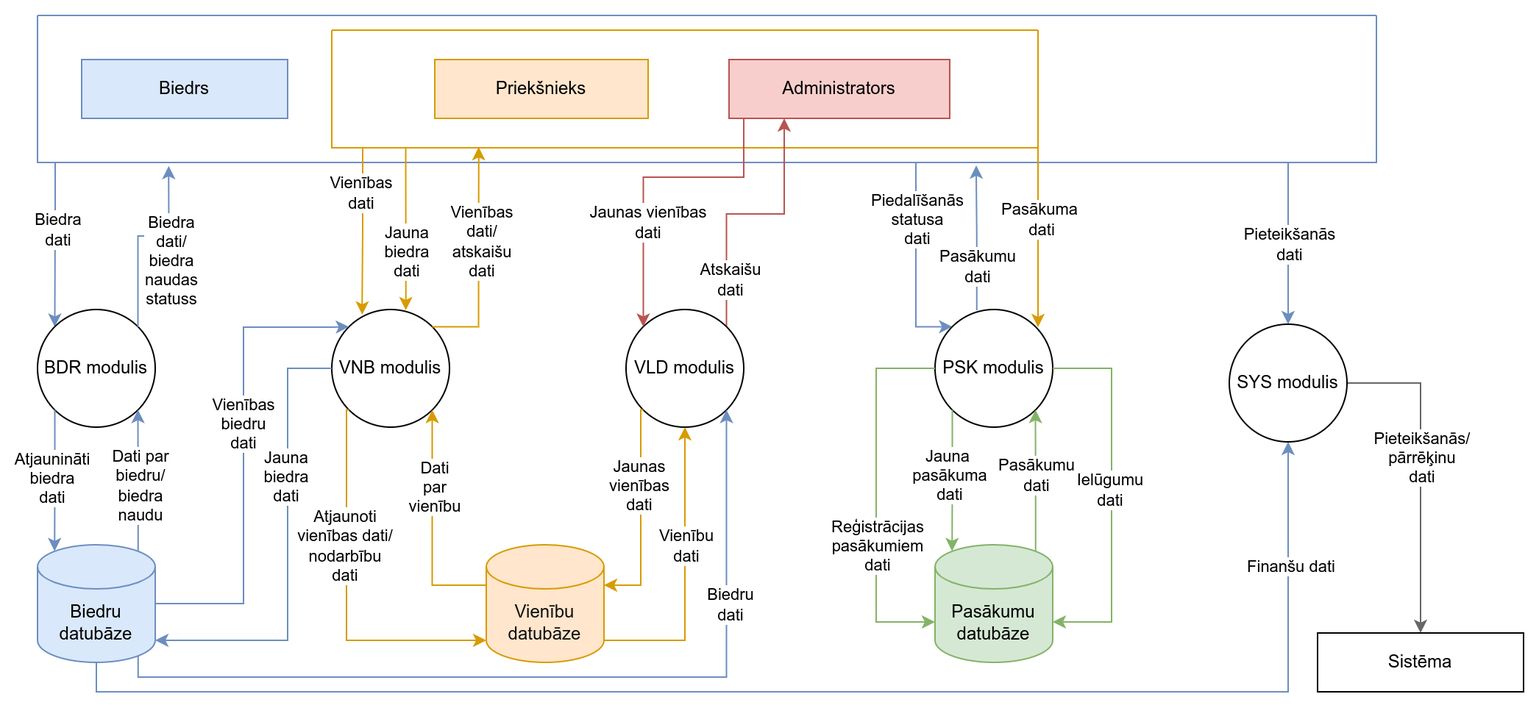
Above: Documentation/1_limena_dpd.png in JekabsVanags/LSGCO_IS (draw.io), before the change. Source tidied: cells renumbered, new cells last; positions are measured from the earlier drawing's top-left corner, leaving out a move shared by most shapes.
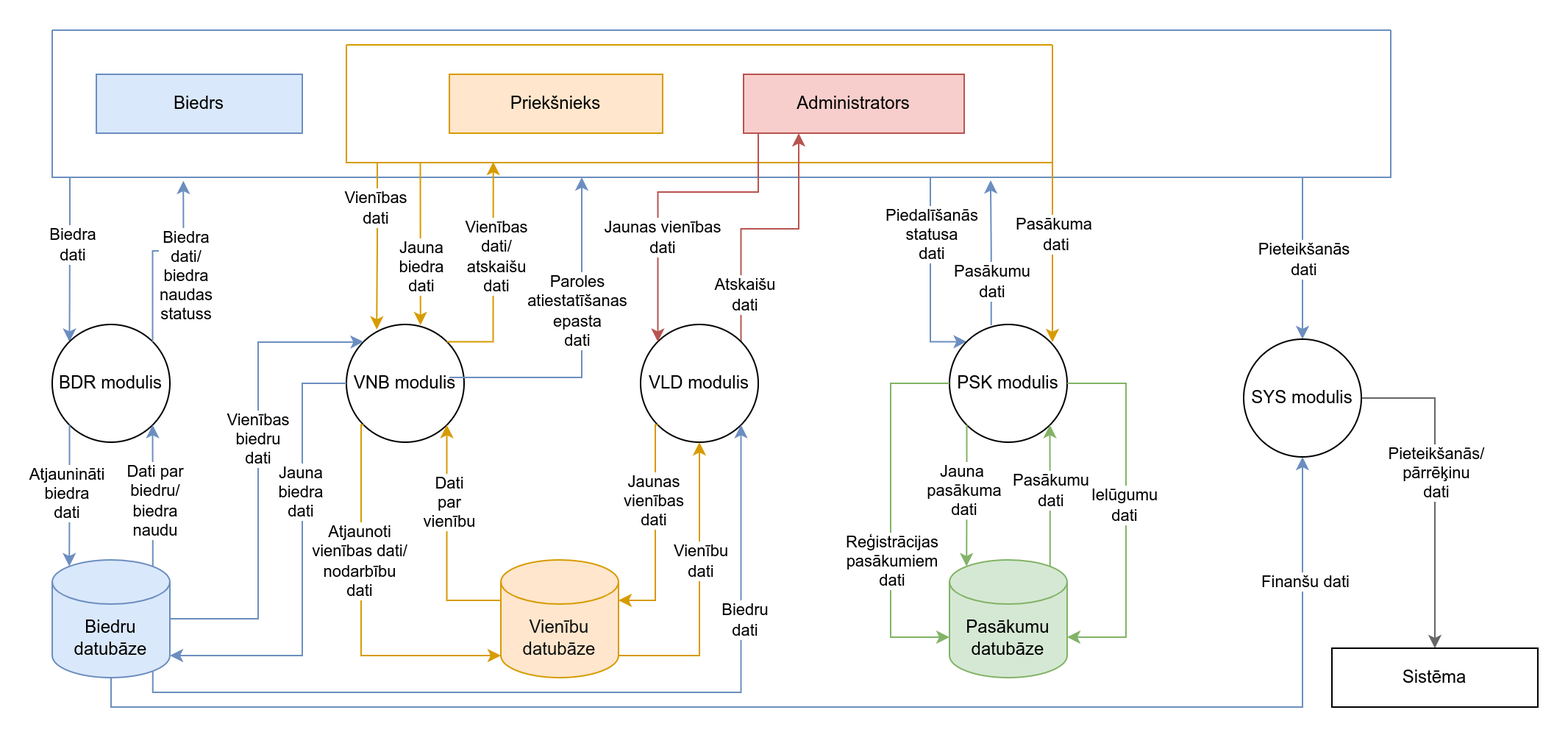
Later version of the same file.

What changed in the source:
```diff
@@ -314,5 +314,18 @@
     <mxCell id="67" value="Ielūgumu&lt;br&gt;dati" style="edgeLabel;html=1;align=center;verticalAlign=middle;" parent="66" vertex="1">
       <mxGeometry x="-0.03" y="-2" relative="1" as="geometry" />
     </mxCell>
+    <mxCell id="68" style="edgeStyle=orthogonalEdgeStyle;rounded=0;orthogonalLoop=1;jettySize=auto;html=1;exitX=1;exitY=0.5;exitDx=0;exitDy=0;fillColor=#dae8fc;strokeColor=#6c8ebf;" parent="1" edge="1">
+      <mxGeometry relative="1" as="geometry">
+        <mxPoint x="270" y="236" as="sourcePoint" />
+        <mxPoint x="360" y="100" as="targetPoint" />
+        <Array as="points">
+          <mxPoint x="360" y="236" />
+          <mxPoint x="360" y="100" />
+        </Array>
+      </mxGeometry>
+    </mxCell>
+    <mxCell id="69" value="Paroles&lt;br&gt;atiestatīšanas&lt;br&gt;epasta&lt;br&gt;dati" style="edgeLabel;html=1;align=center;verticalAlign=middle;" parent="68" vertex="1">
+      <mxGeometry x="0.2" y="4" relative="1" as="geometry" />
+    </mxCell>
   </root>
 </mxGraphModel>
```
